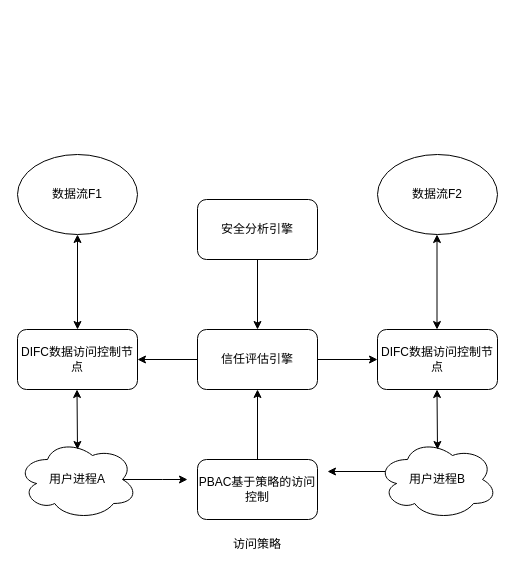
The draw.io diagram Untitled Diagram.drawio in ZhuShouCheng/ChatOnline, before the edit. Source tidied: cells renumbered, new cells numbered last; positions are measured from the earlier drawing's top-left corner, leaving out a move shared by most shapes. Both pictures are drawn from the tidied source at 100%, with x=0, y=0 at pixel (17, 154).
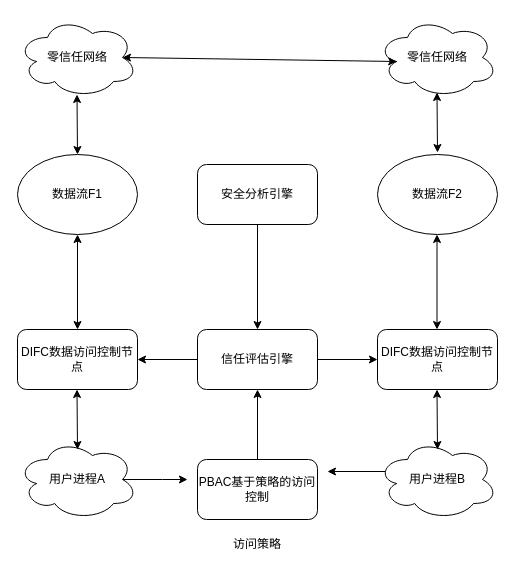
Above is the later version.

Diff of the diagram source:
```diff
@@
     <mxCell id="15" value="安全分析引擎" style="rounded=1;whiteSpace=wrap;html=1;" parent="1" vertex="1">
-      <mxGeometry x="180" y="45" width="120" height="60" as="geometry" />
+      <mxGeometry x="180" y="10" width="120" height="60" as="geometry" />
     </mxCell>
@@
+    <mxCell id="22" value="零信任网络" style="ellipse;shape=cloud;whiteSpace=wrap;html=1;" parent="1" vertex="1">
+      <mxGeometry y="-137" width="120" height="80" as="geometry" />
+    </mxCell>
+    <mxCell id="23" value="零信任网络" style="ellipse;shape=cloud;whiteSpace=wrap;html=1;" parent="1" vertex="1">
+      <mxGeometry x="360" y="-137" width="120" height="80" as="geometry" />
+    </mxCell>
+    <mxCell id="24" style="endArrow=classic;startArrow=classic;html=1;rounded=0;entryX=0.5;entryY=1;entryDx=0;entryDy=0;" parent="1" edge="1">
+      <mxGeometry relative="1" as="geometry">
+        <mxPoint x="60" as="sourcePoint" />
+        <mxPoint x="59.5" y="-60" as="targetPoint" />
+      </mxGeometry>
+    </mxCell>
+    <mxCell id="25" style="endArrow=classic;startArrow=classic;html=1;rounded=0;entryX=0.5;entryY=1;entryDx=0;entryDy=0;" parent="1" edge="1">
+      <mxGeometry relative="1" as="geometry">
+        <mxPoint x="420" y="-2" as="sourcePoint" />
+        <mxPoint x="419.5" y="-62" as="targetPoint" />
+      </mxGeometry>
+    </mxCell>
+    <mxCell id="26" style="endArrow=classic;startArrow=classic;html=1;rounded=0;exitX=0.875;exitY=0.5;exitDx=0;exitDy=0;exitPerimeter=0;entryX=0.16;entryY=0.55;entryDx=0;entryDy=0;entryPerimeter=0;" parent="1" edge="1" source="22" target="23">
+      <mxGeometry relative="1" as="geometry" />
+    </mxCell>
```
